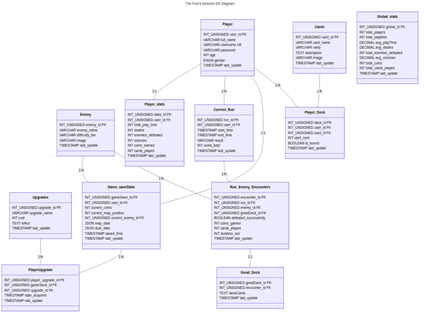
Earlier version of the Mermaid export FoolsDescent/docs/Databases/Activity5/ER-Project.png (sant-mell/videoGame-TC2005B.501). Its source is kept beside it as FoolsDescent/docs/Databases/Activity5/ER-Project.mmd. Its diagram source:
```mermaid
---
title: The Fool's Descent ER Diagram
---
classDiagram
    class Player {
        INT_UNSIGNED user_id PK
        VARCHAR full_name
        VARCHAR username UK
        VARCHAR password
        INT age
        ENUM gender
        TIMESTAMP last_update
    }

    class Cards {
        INT_UNSIGNED card_id PK
        VARCHAR card_name
        VARCHAR rarity
        TEXT description
        VARCHAR image
        TIMESTAMP last_update
    }

    class Enemy {
        INT_UNSIGNED enemy_id PK
        VARCHAR enemy_name
        VARCHAR difficulty_tier
        VARCHAR image
        TIMESTAMP last_update
    }

    class Upgrades {
        INT_UNSIGNED upgrade_id PK
        VARCHAR upgrade_name
        INT cost
        TEXT effect
        TIMESTAMP last_update
    }

    class Global_stats {
        INT_UNSIGNED global_id PK
        INT total_players
        INT total_playtime
        DECIMAL avg_playTime
        DECIMAL avg_deaths
        INT total_enemies_defeated
        DECIMAL avg_victories
        INT total_coins
        INT total_cards_played
        TIMESTAMP last_update
    }

    class Player_stats {
        INT_UNSIGNED stats_id PK
        INT_UNSIGNED user_id FK
        INT total_play_time
        INT deaths
        INT enemies_defeated
        INT victories
        INT coins_earned
        INT cards_played
        TIMESTAMP last_update
    }

    class Current_Run {
        INT_UNSIGNED run_id PK
        INT_UNSIGNED user_id FK
        TIMESTAMP start_time
        TIMESTAMP end_time
        VARCHAR result
        INT coins_kept
        TIMESTAMP last_update
    }

    class Game_saveState {
        INT_UNSIGNED gameSave_id PK
        INT_UNSIGNED user_id FK
        INT current_coins
        INT current_map_position
        INT_UNSIGNED current_enemy_id FK
        JSON map_data
        JSON duel_data
        TIMESTAMP saved_time
        TIMESTAMP last_update
    }

    class Player_Deck {
        INT_UNSIGNED deck_id PK
        INT_UNSIGNED user_id FK
        INT_UNSIGNED card_id FK
        INT card_num
        BOOLEAN is_bound
        TIMESTAMP last_update
    }

    class PlayerUpgrade {
        INT_UNSIGNED player_upgrade_id PK
        INT_UNSIGNED gameSave_id FK
        INT_UNSIGNED upgrade_id FK
        TIMESTAMP date_acquired
        TIMESTAMP last_update
    }

    class Run_Enemy_Encounters {
        INT_UNSIGNED encounter_id PK
        INT_UNSIGNED run_id FK
        INT_UNSIGNED enemy_id FK
        INT_UNSIGNED greatDeck_id FK
        BOOLEAN defeated_successfully
        INT coins_gained
        INT cards_played
        INT duration_sec
        TIMESTAMP last_update
    }

    class Great_Deck {
        INT_UNSIGNED greatDeck_id PK
        INT_UNSIGNED encounter_id FK
        TEXT deckCards
        TIMESTAMP last_update
    }

    Player -- Player_stats : 1∶1
    Player -- Current_Run : 1∶N
    Player -- Game_saveState : 1∶1
    Player -- Player_Deck : 1∶N
    Cards -- Player_Deck : 1∶N
    Enemy -- Game_saveState : 1∶N
    Enemy -- Run_Enemy_Encounters : 1∶N
    Upgrades -- PlayerUpgrade : 1∶N
    Game_saveState -- PlayerUpgrade : 1∶N
    Current_Run -- Run_Enemy_Encounters : 1∶N
    Run_Enemy_Encounters -- Great_Deck : 1∶1
```
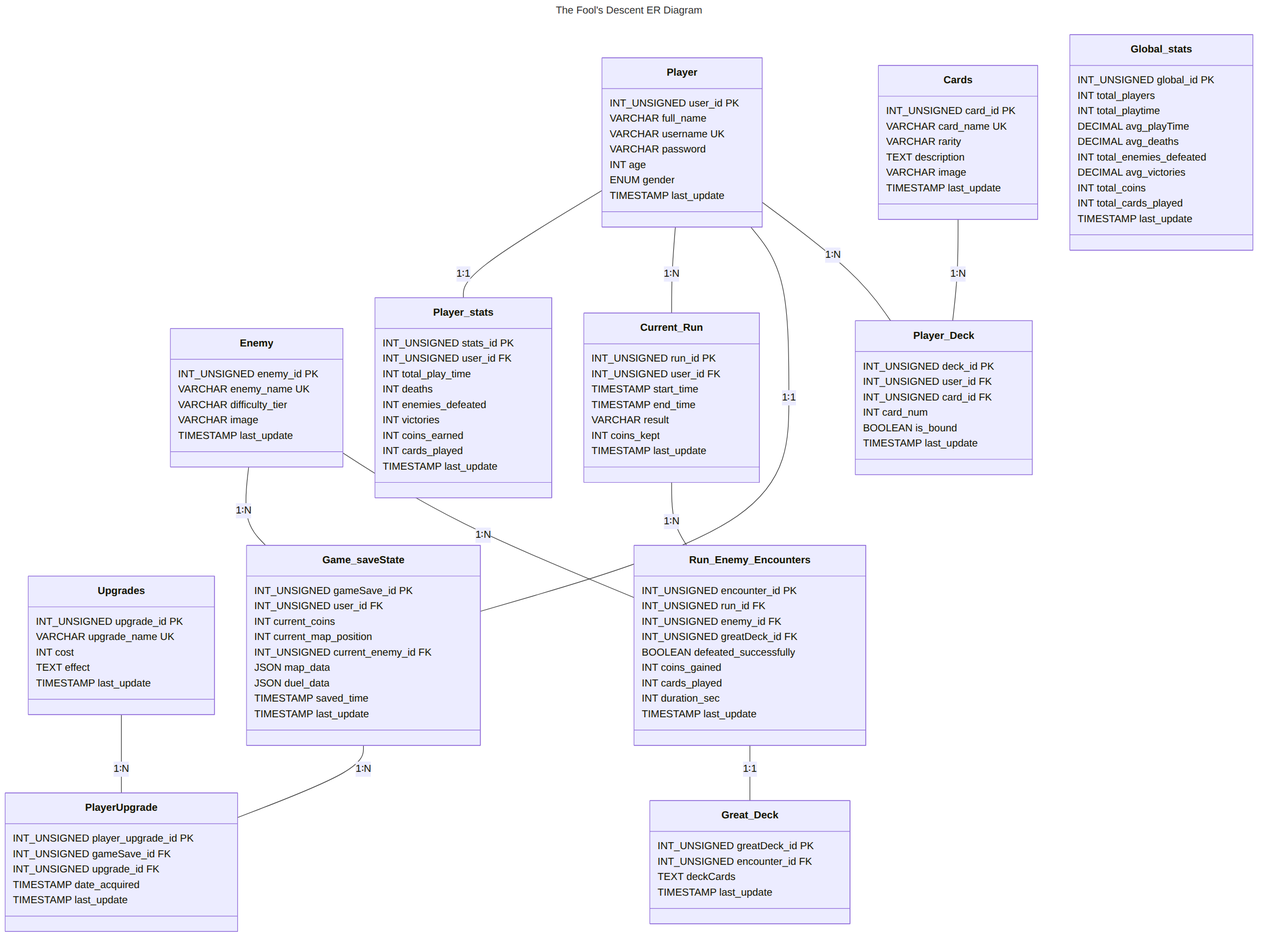
After the commit.

Change to the diagram source:
```diff
@@ -14,7 +14,7 @@
 
     class Cards {
         INT_UNSIGNED card_id PK
-        VARCHAR card_name
+        VARCHAR card_name UK
         VARCHAR rarity
         TEXT description
         VARCHAR image
@@ -23,7 +23,7 @@
 
     class Enemy {
         INT_UNSIGNED enemy_id PK
-        VARCHAR enemy_name
+        VARCHAR enemy_name UK
         VARCHAR difficulty_tier
         VARCHAR image
         TIMESTAMP last_update
@@ -31,7 +31,7 @@
 
     class Upgrades {
         INT_UNSIGNED upgrade_id PK
-        VARCHAR upgrade_name
+        VARCHAR upgrade_name UK
         INT cost
         TEXT effect
         TIMESTAMP last_update
```
